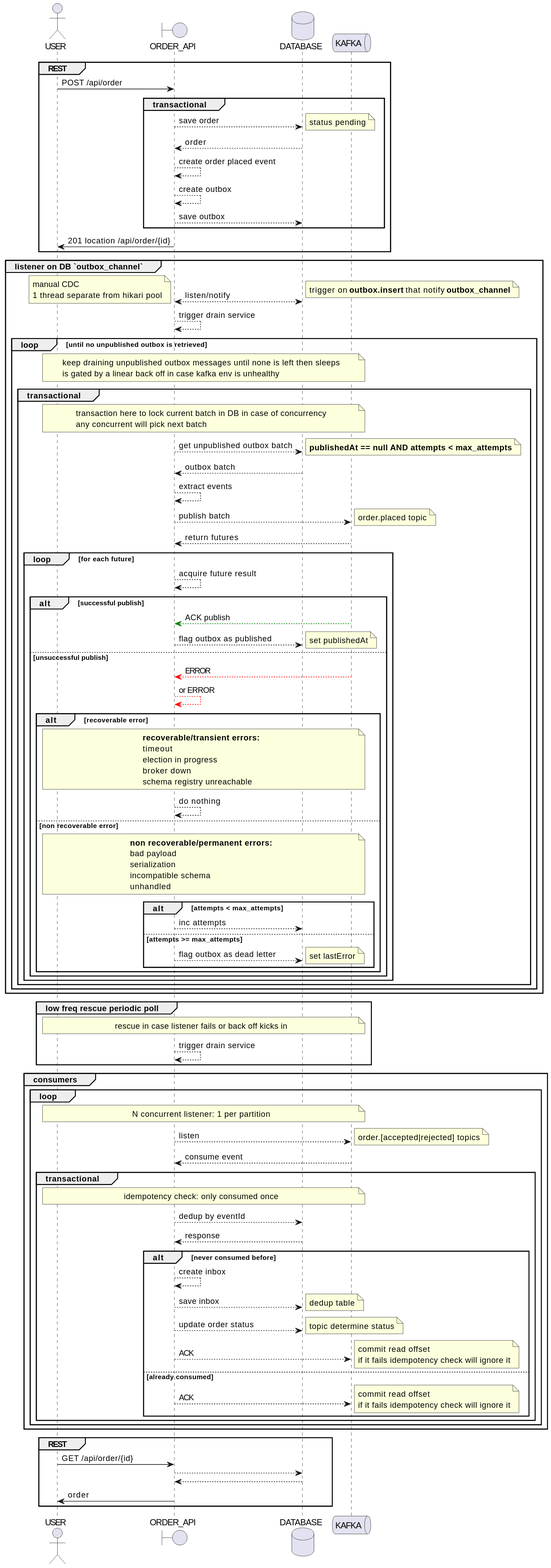
Before: docs/order_api_seq.svg, a diagram exported from PlantUML (7mza/kafka-demo).
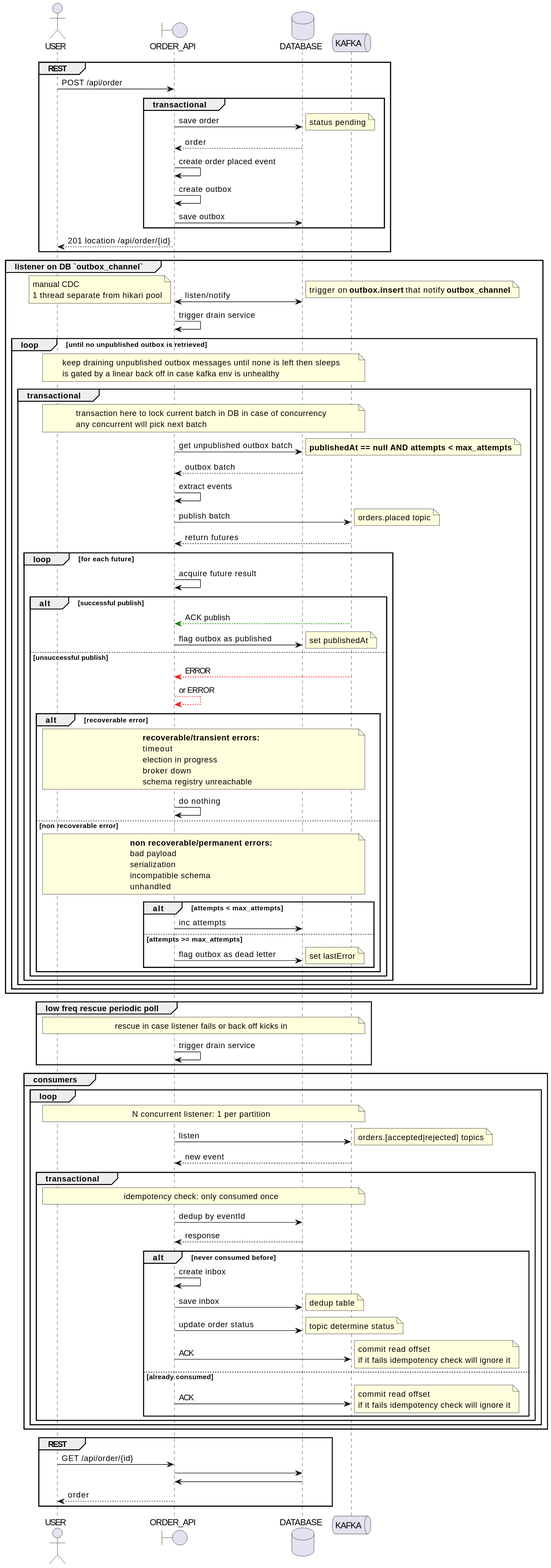
After the commit.

What changed in the source:
```diff
@@ -7,37 +7,37 @@
 group REST
     U -> API: POST /api/order
     group transactional
-        API --> DB: save order
+        API -> DB: save order
         note right: status pending
         DB --> API: order
-        API --> API: create order placed event
-        API --> API: create outbox
-        API --> DB: save outbox
+        API -> API: create order placed event
+        API -> API: create outbox
+        API -> DB: save outbox
     end
-    API -> U: 201 location /api/order/{id}
+    API --> U: 201 location /api/order/{id}
 end
 
 group listener on DB `outbox_channel`
-    API <--> DB: listen/notify
+    API <-> DB: listen/notify
     note left: manual CDC\n1 thread separate from hikari pool
     note right: trigger on **outbox.insert** that notify **outbox_channel**
-    API --> API: trigger drain service
+    API -> API: trigger drain service
     loop until no unpublished outbox is retrieved
         note across: keep draining unpublished outbox messages until none is left then sleeps\nis gated by a linear back off in case kafka env is unhealthy
         group transactional
             note across: transaction here to lock current batch in DB in case of concurrency\nany concurrent will pick next batch
-            API --> DB: get unpublished outbox batch
+            API -> DB: get unpublished outbox batch
             note right: **publishedAt == null AND attempts < max_attempts**
             DB --> API: outbox batch
-            API --> API: extract events
-            API --> K: publish batch
-            note right: order.placed topic
+            API -> API: extract events
+            API -> K: publish batch
+            note right: orders.placed topic
             K --> API: return futures
             loop for each future
-                API --> API: acquire future result
+                API -> API: acquire future result
                 alt successful publish
                     K -[#green]-> API: ACK publish
-                    API --> DB: flag outbox as published
+                    API -> DB: flag outbox as published
                     note right: set publishedAt
                 else unsuccessful publish
                     K -[#red]-> API: ERROR
@@ -50,7 +50,7 @@
                             broker down
                             schema registry unreachable
                         end note
-                        API --> API: do nothing
+                        API -> API: do nothing
                     else non recoverable error
                         note across
                             **non recoverable/permanent errors:**
@@ -60,9 +60,9 @@
                             unhandled
                         end note
                         alt attempts < max_attempts
-                            API --> DB: inc attempts
+                            API -> DB: inc attempts
                         else attempts >= max_attempts
-                            API --> DB: flag outbox as dead letter
+                            API -> DB: flag outbox as dead letter
                             note right: set lastError
                         end
                     end
@@ -74,29 +74,29 @@
 
 group low freq rescue periodic poll
     note across: rescue in case listener fails or back off kicks in
-    API --> API: trigger drain service
+    API -> API: trigger drain service
 end
 
 group consumers
     loop
         note across: N concurrent listener: 1 per partition
-        API --> K: listen
-        note right: order.[accepted|rejected] topics
-        K --> API: consume event
+        API -> K: listen
+        note right: orders.[accepted|rejected] topics
+        K --> API: new event
         group transactional
             note across: idempotency check: only consumed once
-            API --> DB: dedup by eventId
+            API -> DB: dedup by eventId
             DB --> API: response
             alt never consumed before
-                API --> API: create inbox
-                API --> DB: save inbox
+                API -> API: create inbox
+                API -> DB: save inbox
                 note right: dedup table
-                API --> DB: update order status
+                API -> DB: update order status
                 note right: topic determine status
-                API --> K: ACK
+                API -> K: ACK
                 note right: commit read offset\nif it fails idempotency check will ignore it
             else already consumed
-                API --> K: ACK
+                API -> K: ACK
                 note right: commit read offset\nif it fails idempotency check will ignore it
             end
         end
@@ -105,8 +105,8 @@
 
 group REST
     U -> API: GET /api/order/{id}
-    API --> DB
-    DB --> API
-    API -> U: order
+    API -> DB
+    DB -> API
+    API --> U: order
 end
 @enduml
```
